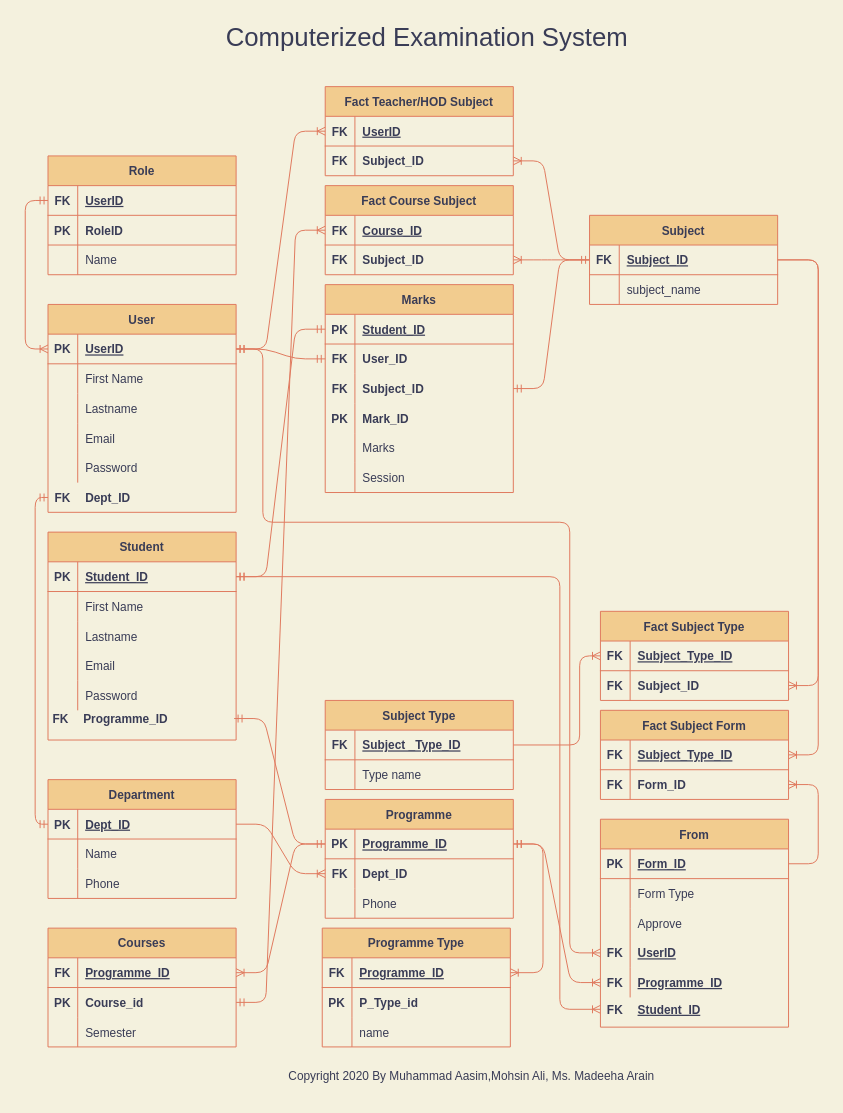
MohsinAliSoomro/CES keeps this draw.io diagram as Diagrams/ERD.drawio. Above is the earlier version. Source tidied: cells renumbered, new cells numbered last; positions are measured from the earlier drawing's top-left corner, leaving out a move shared by most shapes. Both pictures are drawn from the tidied source at 99%, with x=0, y=0 at pixel (25, 17).
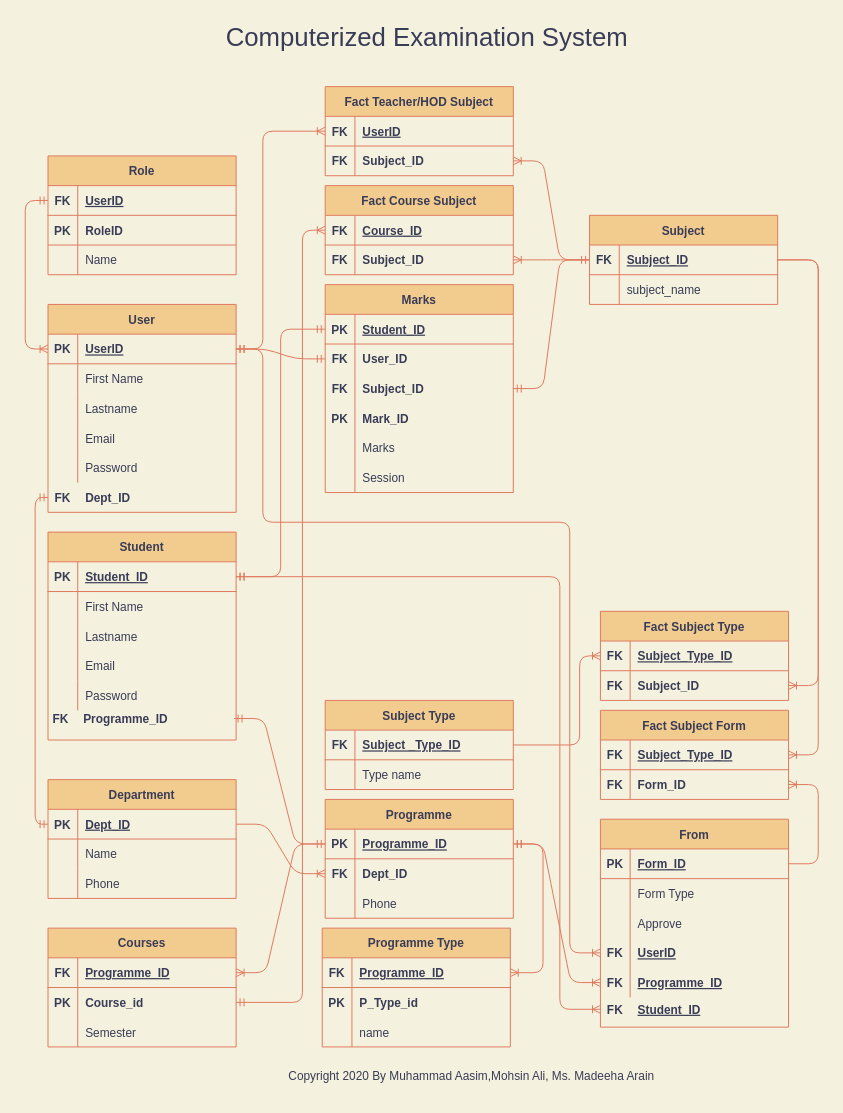
After the change.

Commit message (it also covers changes not shown here):
design improved

The change refers to these unchanged cells:
```xml
<mxCell id="38" style="shape=partialRectangle;fillColor=none;top=0;left=0;bottom=1;right=0;points=[[0,0.5],[1,0.5]];portConstraint=eastwest;strokeColor=#E07A5F;fontColor=#393C56;" parent="37" vertex="1">
  <mxGeometry y="30" width="190" height="30" as="geometry" />
</mxCell>
<mxCell id="72" style="shape=partialRectangle;fillColor=none;top=0;left=0;bottom=0;right=0;points=[[0,0.5],[1,0.5]];portConstraint=eastwest;fontStyle=1;strokeColor=#E07A5F;fontColor=#393C56;" parent="68" vertex="1">
  <mxGeometry y="60" width="190" height="30" as="geometry" />
</mxCell>
<mxCell id="87" style="shape=partialRectangle;fillColor=none;top=0;left=0;bottom=1;right=0;points=[[0,0.5],[1,0.5]];portConstraint=eastwest;strokeColor=#E07A5F;fontColor=#393C56;" parent="86" vertex="1">
  <mxGeometry y="30" width="190" height="30" as="geometry" />
</mxCell>
<mxCell id="96" style="shape=partialRectangle;fillColor=none;top=0;left=0;bottom=1;right=0;points=[[0,0.5],[1,0.5]];portConstraint=eastwest;strokeColor=#E07A5F;fontColor=#393C56;" parent="95" vertex="1">
  <mxGeometry y="30" width="190" height="30" as="geometry" />
</mxCell>
<mxCell id="130" style="shape=partialRectangle;fillColor=none;top=0;left=0;bottom=1;right=0;points=[[0,0.5],[1,0.5]];portConstraint=eastwest;strokeColor=#E07A5F;fontColor=#393C56;" parent="129" vertex="1">
  <mxGeometry y="30" width="190" height="30" as="geometry" />
</mxCell>
<mxCell id="157" style="shape=partialRectangle;fillColor=none;top=0;left=0;bottom=1;right=0;points=[[0,0.5],[1,0.5]];portConstraint=eastwest;strokeColor=#E07A5F;fontColor=#393C56;" parent="156" vertex="1">
  <mxGeometry y="30" width="190" height="30" as="geometry" />
</mxCell>
```

What changed in the source:
```diff
@@
-    <mxCell id="94" style="edgeStyle=entityRelationEdgeStyle;fontSize=12;html=1;endArrow=ERoneToMany;startArrow=ERmandOne;startFill=0;strokeColor=#E07A5F;fontColor=#393C56;labelBackgroundColor=#F4F1DE;" parent="1" edge="1" source="72" target="87">
-      <mxGeometry relative="1" as="geometry" />
+    <mxCell id="94" style="edgeStyle=orthogonalEdgeStyle;fontSize=12;html=1;endArrow=ERoneToMany;startArrow=ERmandOne;startFill=0;strokeColor=#E07A5F;fontColor=#393C56;labelBackgroundColor=#F4F1DE;" parent="1" edge="1" source="72" target="87">
+      <mxGeometry relative="1" as="geometry">
+        <Array as="points">
+          <mxPoint x="280" y="995" />
+          <mxPoint x="280" y="215" />
+        </Array>
+      </mxGeometry>
     </mxCell>
@@
-    <mxCell id="102" style="edgeStyle=entityRelationEdgeStyle;fontSize=12;html=1;endArrow=ERoneToMany;strokeColor=#E07A5F;fontColor=#393C56;labelBackgroundColor=#F4F1DE;" parent="1" edge="1" source="38" target="96">
-      <mxGeometry relative="1" as="geometry" />
+    <mxCell id="102" style="edgeStyle=orthogonalEdgeStyle;fontSize=12;html=1;endArrow=ERoneToMany;strokeColor=#E07A5F;fontColor=#393C56;labelBackgroundColor=#F4F1DE;" parent="1" edge="1" source="38" target="96">
+      <mxGeometry relative="1" as="geometry">
+        <Array as="points">
+          <mxPoint x="240" y="335" />
+          <mxPoint x="240" y="115" />
+        </Array>
+      </mxGeometry>
     </mxCell>
@@
-    <mxCell id="150" style="edgeStyle=entityRelationEdgeStyle;fontSize=12;html=1;endArrow=ERmandOne;startArrow=ERmandOne;strokeColor=#E07A5F;fontColor=#393C56;labelBackgroundColor=#F4F1DE;" parent="1" edge="1" source="157" target="130">
+    <mxCell id="150" style="edgeStyle=orthogonalEdgeStyle;fontSize=12;html=1;endArrow=ERmandOne;startArrow=ERmandOne;strokeColor=#E07A5F;fontColor=#393C56;labelBackgroundColor=#F4F1DE;" parent="1" edge="1" source="157" target="130">
       <mxGeometry relative="1" as="geometry" />
     </mxCell>
```
